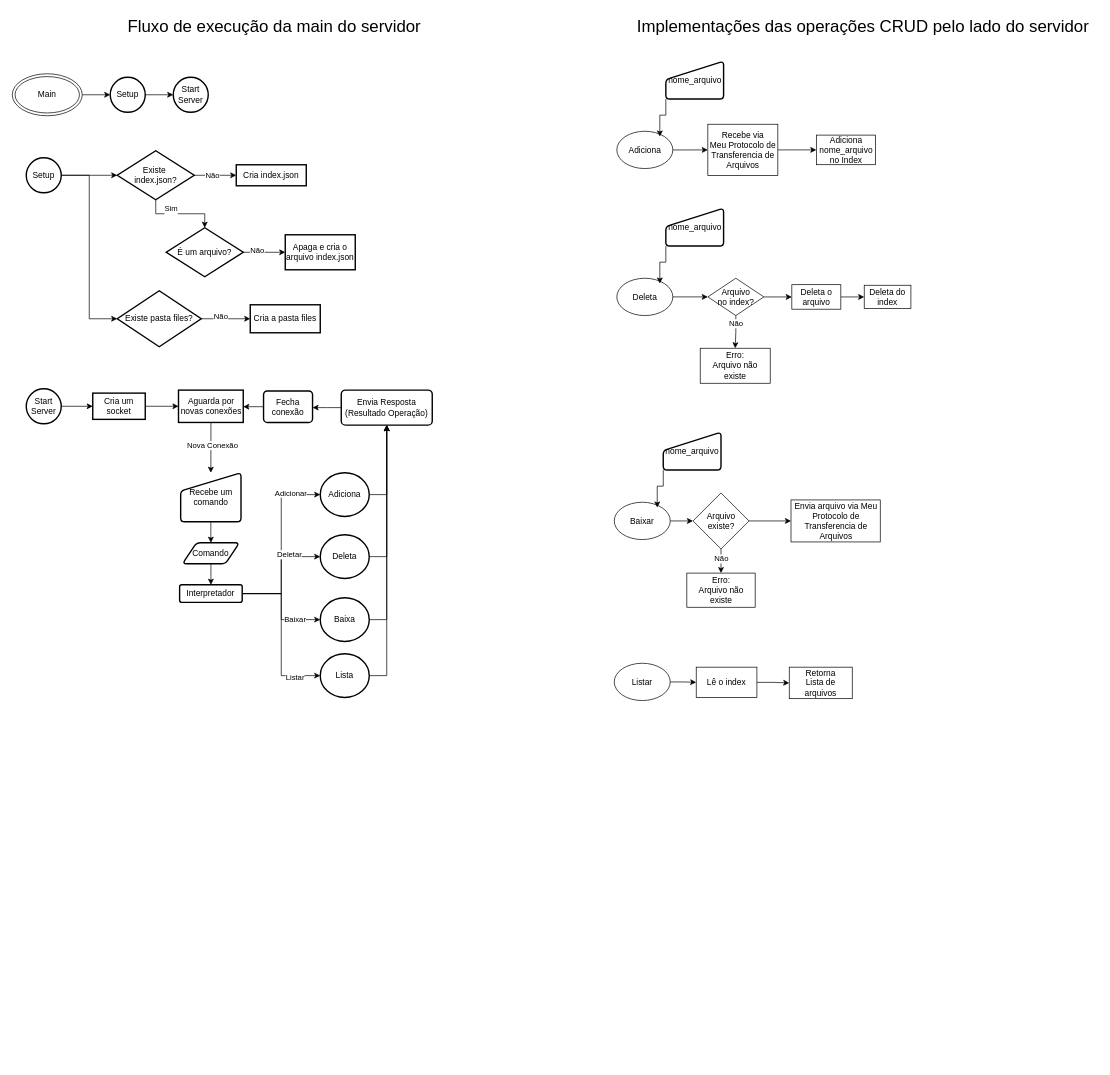
The draw.io diagram docs/fluxograma.drawio in Sevenings/Sistema-Arquivos-Distribuido, before the edit. Source tidied: cells renumbered, new cells numbered last; positions are measured from the earlier drawing's top-left corner, leaving out a move shared by most shapes. Both pictures are drawn from the tidied source at 70%, with x=0, y=0 at pixel (12, 12).
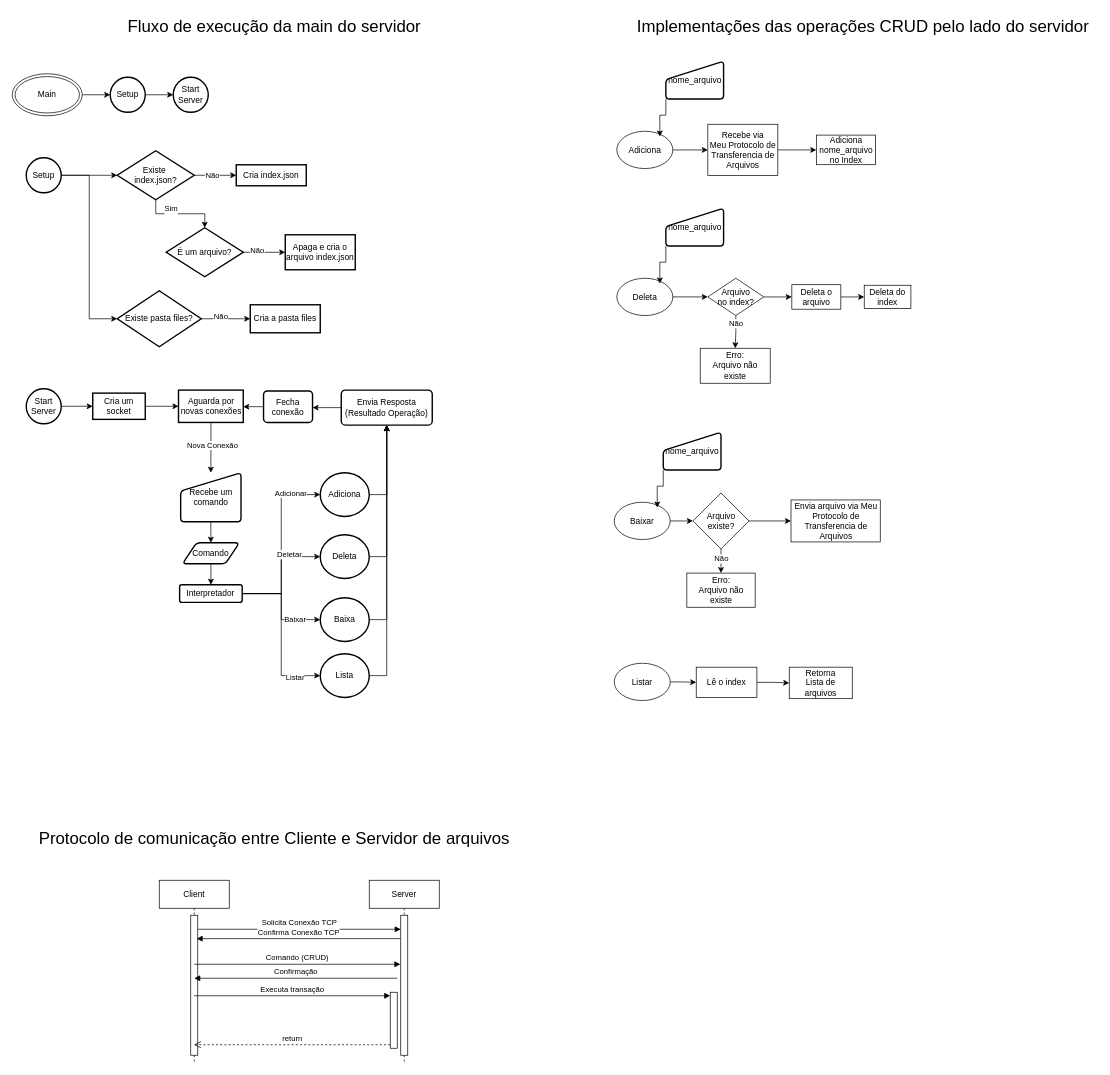
The same diagram, later.

Commit message (it also covers changes not shown here):
feat: atualização no fluxograma, descrição do protocolo de comunicação principal

What changed in the source:
```diff
@@
+    <mxCell id="92" value="Protocolo de comunicação entre Cliente e Servidor de arquivos" style="text;html=1;align=center;verticalAlign=middle;strokeColor=none;fillColor=none;fontSize=24;" parent="1" vertex="1">
+      <mxGeometry x="24" y="1160" width="700" height="40" as="geometry" />
+    </mxCell>
+    <mxCell id="93" value="Client" style="shape=umlLifeline;perimeter=lifelinePerimeter;whiteSpace=wrap;html=1;outlineConnect=0;portConstraint=eastwest;newEdgeStyle={&quot;curved&quot;:0,&quot;rounded&quot;:0};" parent="1" vertex="1">
+      <mxGeometry x="210" y="1240" width="100" height="260" as="geometry" />
+    </mxCell>
+    <mxCell id="94" style="html=1;points=[[0,0,0,0,5],[0,1,0,0,-5],[1,0,0,0,5],[1,1,0,0,-5]];perimeter=orthogonalPerimeter;outlineConnect=0;targetShapes=umlLifeline;portConstraint=eastwest;newEdgeStyle={&quot;curved&quot;:0,&quot;rounded&quot;:0};" parent="93" vertex="1">
+      <mxGeometry x="45" y="50" width="10" height="200" as="geometry" />
+    </mxCell>
+    <mxCell id="95" value="Server" style="shape=umlLifeline;perimeter=lifelinePerimeter;whiteSpace=wrap;html=1;newEdgeStyle={&quot;curved&quot;:0,&quot;rounded&quot;:0};" parent="1" vertex="1">
+      <mxGeometry x="510" y="1240" width="100" height="260" as="geometry" />
+    </mxCell>
+    <mxCell id="96" style="html=1;points=[[0,0,0,0,5],[0,1,0,0,-5],[1,0,0,0,5],[1,1,0,0,-5]];perimeter=orthogonalPerimeter;outlineConnect=0;targetShapes=umlLifeline;portConstraint=eastwest;newEdgeStyle={&quot;curved&quot;:0,&quot;rounded&quot;:0};" parent="95" vertex="1">
+      <mxGeometry x="45" y="50" width="10" height="200" as="geometry" />
+    </mxCell>
+    <mxCell id="97" style="html=1;points=[[0,0,0,0,5],[0,1,0,0,-5],[1,0,0,0,5],[1,1,0,0,-5]];perimeter=orthogonalPerimeter;outlineConnect=0;targetShapes=umlLifeline;portConstraint=eastwest;newEdgeStyle={&quot;curved&quot;:0,&quot;rounded&quot;:0};" parent="95" vertex="1">
+      <mxGeometry x="30" y="160" width="10" height="80" as="geometry" />
+    </mxCell>
+    <mxCell id="98" value="&lt;div&gt;Solicita Conexão TCP&lt;/div&gt;" style="html=1;verticalAlign=bottom;endArrow=block;curved=0;rounded=0;" parent="1" edge="1" source="94">
+      <mxGeometry relative="1" as="geometry">
+        <mxPoint x="555" y="1310" as="targetPoint" />
+      </mxGeometry>
+    </mxCell>
+    <mxCell id="99" value="Confirma Conexão TCP" style="html=1;verticalAlign=bottom;endArrow=block;curved=0;rounded=0;entryX=0.841;entryY=0.167;entryDx=0;entryDy=0;entryPerimeter=0;" parent="1" edge="1" source="96" target="94">
+      <mxGeometry relative="1" as="geometry" />
+    </mxCell>
+    <mxCell id="100" value="Comando (CRUD)" style="html=1;verticalAlign=bottom;endArrow=block;curved=0;rounded=0;" parent="1" edge="1">
+      <mxGeometry relative="1" as="geometry">
+        <mxPoint x="260" y="1360" as="sourcePoint" />
+        <mxPoint x="554.5" y="1360" as="targetPoint" />
+      </mxGeometry>
+    </mxCell>
+    <mxCell id="101" value="Confirmação" style="html=1;verticalAlign=bottom;endArrow=block;curved=0;rounded=0;" parent="1" edge="1">
+      <mxGeometry relative="1" as="geometry">
+        <mxPoint x="550" y="1380" as="sourcePoint" />
+        <mxPoint x="260" y="1380" as="targetPoint" />
+      </mxGeometry>
+    </mxCell>
+    <mxCell id="102" value="Executa transação" style="html=1;verticalAlign=bottom;endArrow=block;curved=0;rounded=0;entryX=0;entryY=0;entryDx=0;entryDy=5;" parent="1" edge="1" source="93" target="97">
+      <mxGeometry relative="1" as="geometry" />
+    </mxCell>
+    <mxCell id="103" value="return" style="html=1;verticalAlign=bottom;endArrow=open;dashed=1;endSize=8;curved=0;rounded=0;exitX=0;exitY=1;exitDx=0;exitDy=-5;" parent="1" edge="1" source="97" target="93">
+      <mxGeometry relative="1" as="geometry" />
+    </mxCell>
```
